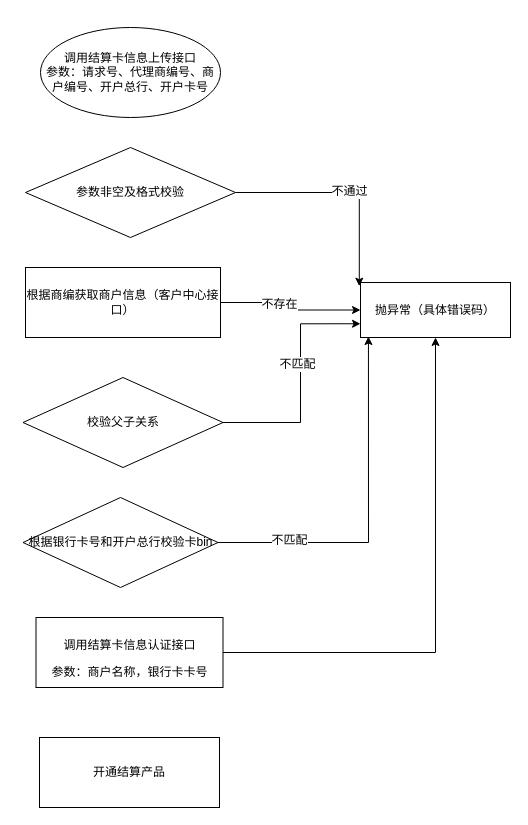
Earlier version of the draw.io diagram 提交结算卡信息开通结算.drawio (cp0802/drawioRep). Source tidied: cells renumbered, new cells numbered last; positions are measured from the earlier drawing's top-left corner, leaving out a move shared by most shapes. Both pictures are drawn from the tidied source at 100%, with x=0, y=0 at pixel (22, 27).
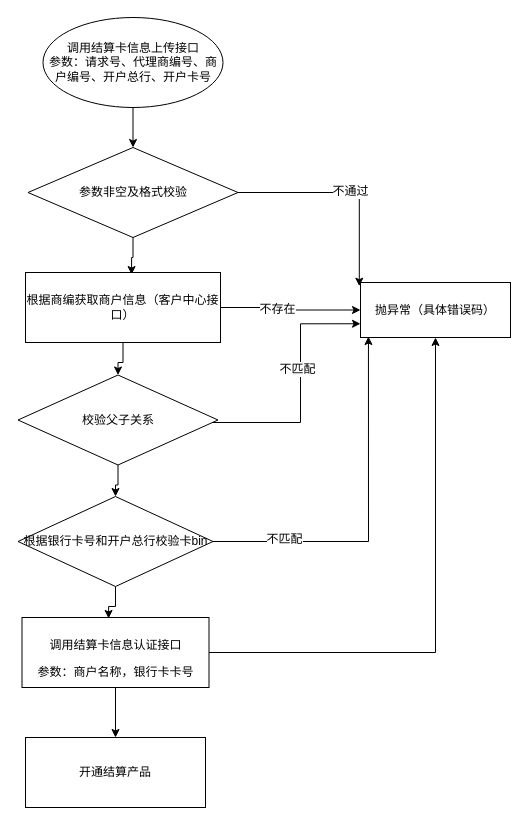
After the change.

Commit message (it also covers changes not shown here):
Update 提交结算卡信息开通结算.drawio

Diff of the diagram source:
```diff
@@
+    <mxCell id="19" style="edgeStyle=orthogonalEdgeStyle;rounded=0;jettySize=auto;html=1;entryX=0.5;entryY=0;entryDx=0;entryDy=0;" parent="1" edge="1" source="2" target="5">
+      <mxGeometry relative="1" as="geometry" />
+    </mxCell>
     <mxCell id="2" value="&lt;span&gt;调用结算卡信息上传接口&lt;br&gt;参数：&lt;/span&gt;&lt;span&gt;请求号、代理商编号、商户编号、开户总行、开户卡号&lt;/span&gt;&lt;span&gt;&lt;br&gt;&lt;/span&gt;" style="ellipse;whiteSpace=wrap;html=1;" parent="1" vertex="1">
-      <mxGeometry x="18" width="180" height="90" as="geometry" />
+      <mxGeometry x="20.5" y="-10" width="180" height="90" as="geometry" />
     </mxCell>
@@
+    <mxCell id="20" style="edgeStyle=orthogonalEdgeStyle;rounded=0;jettySize=auto;html=1;entryX=0.544;entryY=0.029;entryDx=0;entryDy=0;entryPerimeter=0;" parent="1" edge="1" source="5" target="12">
+      <mxGeometry relative="1" as="geometry" />
+    </mxCell>
     <mxCell id="5" value="参数非空及格式校验" style="rhombus;whiteSpace=wrap;html=1;" parent="1" vertex="1">
-      <mxGeometry x="3" y="120" width="210" height="90" as="geometry" />
+      <mxGeometry x="5.5" y="120" width="210" height="90" as="geometry" />
     </mxCell>
@@
+    <mxCell id="21" style="edgeStyle=orthogonalEdgeStyle;rounded=0;jettySize=auto;html=1;" parent="1" edge="1" source="8" target="17">
+      <mxGeometry relative="1" as="geometry" />
+    </mxCell>
     <mxCell id="8" value="校验父子关系" style="rhombus;whiteSpace=wrap;html=1;" parent="1" vertex="1">
-      <mxGeometry x="0.5" y="350" width="200" height="90" as="geometry" />
+      <mxGeometry x="-4.5" y="347.5" width="200" height="90" as="geometry" />
     </mxCell>
@@
+    <mxCell id="22" style="edgeStyle=orthogonalEdgeStyle;rounded=0;jettySize=auto;html=1;" parent="1" edge="1" source="12" target="8">
+      <mxGeometry relative="1" as="geometry" />
+    </mxCell>
     <mxCell id="12" value="根据商编获取商户信息（客户中心接口）" style="rounded=0;whiteSpace=wrap;html=1;" parent="1" vertex="1">
-      <mxGeometry x="3" y="240" width="195" height="70" as="geometry" />
+      <mxGeometry x="3" y="245" width="195" height="70" as="geometry" />
     </mxCell>
@@
+    <mxCell id="23" style="edgeStyle=orthogonalEdgeStyle;rounded=0;jettySize=auto;html=1;entryX=0.5;entryY=0;entryDx=0;entryDy=0;" parent="1" edge="1" source="14" target="18">
+      <mxGeometry relative="1" as="geometry" />
+    </mxCell>
     <mxCell id="14" value="&lt;div id=&quot;u346&quot;&gt;&lt;div id=&quot;u347&quot;&gt;&lt;p&gt;调用结算卡信息认证接口&lt;/p&gt;&lt;/div&gt;&lt;/div&gt;参数：商户名称，银行卡卡号&lt;br&gt;" style="rounded=0;whiteSpace=wrap;html=1;" parent="1" vertex="1">
-      <mxGeometry x="13.5" y="590" width="187" height="70" as="geometry" />
+      <mxGeometry x="-0.5" y="590" width="187" height="70" as="geometry" />
     </mxCell>
@@
+    <mxCell id="24" style="edgeStyle=orthogonalEdgeStyle;rounded=0;jettySize=auto;html=1;entryX=0.463;entryY=0.014;entryDx=0;entryDy=0;entryPerimeter=0;" parent="1" edge="1" source="17" target="14">
+      <mxGeometry relative="1" as="geometry" />
+    </mxCell>
     <mxCell id="17" value="&lt;span&gt;根据银行卡号和开户总行校验卡bin&lt;/span&gt;" style="rhombus;whiteSpace=wrap;html=1;" parent="1" vertex="1">
-      <mxGeometry x="0.5" y="470" width="195" height="90" as="geometry" />
+      <mxGeometry x="-4.5" y="469" width="195" height="90" as="geometry" />
     </mxCell>
     <mxCell id="18" value="开通结算产品" style="rounded=0;whiteSpace=wrap;html=1;" parent="1" vertex="1">
-      <mxGeometry x="17" y="710" width="180" height="70" as="geometry" />
+      <mxGeometry x="3" y="710" width="180" height="70" as="geometry" />
     </mxCell>
```
